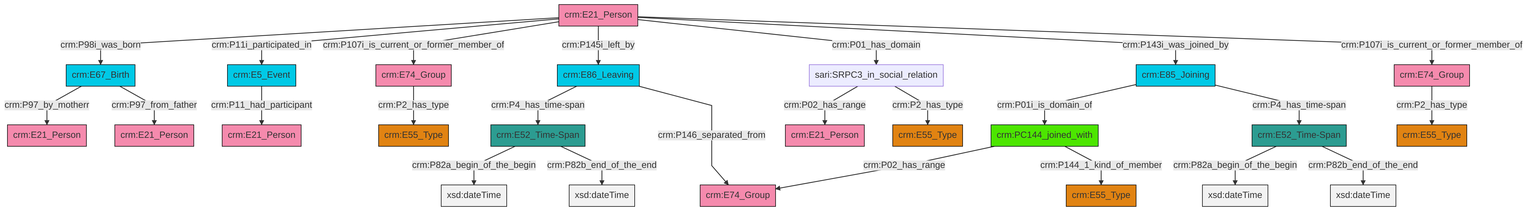
Before: et/personCSV/ttl/mmd/png/Person_Actor_Relations.png, a diagram exported from Mermaid (swiss-art-research-net/reference-data-models). Its source is kept beside it as et/personCSV/ttl/mmd/Person_Actor_Relations.ttl.mmd.
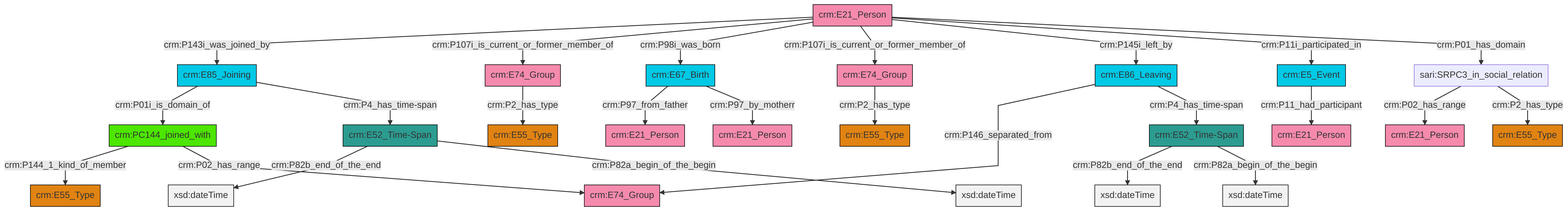
After the commit.

Change to the diagram source:
```diff
@@ -13,27 +13,27 @@
 classDef PC_Classes fill:#4ce600, stroke:#000000;
 classDef Multi fill:#cccccc,stroke:#000000;
 
-0["crm:E67_Birth"]:::Temporal_Entity -->|crm:P97_by_motherr| 1["crm:E21_Person"]:::Actor
-4["crm:E21_Person"]:::Actor -->|crm:P98i_was_born| 0["crm:E67_Birth"]:::Temporal_Entity
-4["crm:E21_Person"]:::Actor -->|crm:P11i_participated_in| 5["crm:E5_Event"]:::Temporal_Entity
-6["crm:E52_Time-Span"]:::Time-Span -->|crm:P82a_begin_of_the_begin| 7[xsd:dateTime]:::Literal
-12["crm:E85_Joining"]:::Temporal_Entity -->|crm:P01i_is_domain_of| 13["crm:PC144_joined_with"]:::PC_Classes
-17["crm:E86_Leaving"]:::Temporal_Entity -->|crm:P4_has_time-span| 15["crm:E52_Time-Span"]:::Time-Span
-15["crm:E52_Time-Span"]:::Time-Span -->|crm:P82a_begin_of_the_begin| 18[xsd:dateTime]:::Literal
-4["crm:E21_Person"]:::Actor -->|crm:P107i_is_current_or_former_member_of| 19["crm:E74_Group"]:::Actor
-15["crm:E52_Time-Span"]:::Time-Span -->|crm:P82b_end_of_the_end| 21[xsd:dateTime]:::Literal
-6["crm:E52_Time-Span"]:::Time-Span -->|crm:P82b_end_of_the_end| 22[xsd:dateTime]:::Literal
-4["crm:E21_Person"]:::Actor -->|crm:P145i_left_by| 17["crm:E86_Leaving"]:::Temporal_Entity
-17["crm:E86_Leaving"]:::Temporal_Entity -->|crm:P146_separated_from| 26["crm:E74_Group"]:::Actor
-4["crm:E21_Person"]:::Actor -->|crm:P01_has_domain| 2["sari:SRPC3_in_social_relation"]:::Default
-19["crm:E74_Group"]:::Actor -->|crm:P2_has_type| 28["crm:E55_Type"]:::Type
-13["crm:PC144_joined_with"]:::PC_Classes -->|crm:P02_has_range| 26["crm:E74_Group"]:::Actor
-2["sari:SRPC3_in_social_relation"]:::Default -->|crm:P02_has_range| 29["crm:E21_Person"]:::Actor
-5["crm:E5_Event"]:::Temporal_Entity -->|crm:P11_had_participant| 24["crm:E21_Person"]:::Actor
-2["sari:SRPC3_in_social_relation"]:::Default -->|crm:P2_has_type| 31["crm:E55_Type"]:::Type
-0["crm:E67_Birth"]:::Temporal_Entity -->|crm:P97_from_father| 10["crm:E21_Person"]:::Actor
-40["crm:E74_Group"]:::Actor -->|crm:P2_has_type| 33["crm:E55_Type"]:::Type
-4["crm:E21_Person"]:::Actor -->|crm:P143i_was_joined_by| 12["crm:E85_Joining"]:::Temporal_Entity
-12["crm:E85_Joining"]:::Temporal_Entity -->|crm:P4_has_time-span| 6["crm:E52_Time-Span"]:::Time-Span
-13["crm:PC144_joined_with"]:::PC_Classes -->|crm:P144_1_kind_of_member| 8["crm:E55_Type"]:::Type
-4["crm:E21_Person"]:::Actor -->|crm:P107i_is_current_or_former_member_of| 40["crm:E74_Group"]:::Actor
+0["crm:E74_Group"]:::Actor -->|crm:P2_has_type| 1["crm:E55_Type"]:::Type
+2["crm:E74_Group"]:::Actor -->|crm:P2_has_type| 3["crm:E55_Type"]:::Type
+5["crm:E67_Birth"]:::Temporal_Entity -->|crm:P97_from_father| 6["crm:E21_Person"]:::Actor
+7["crm:E52_Time-Span"]:::Time-Span -->|crm:P82b_end_of_the_end| 8[xsd:dateTime]:::Literal
+13["crm:E21_Person"]:::Actor -->|crm:P143i_was_joined_by| 14["crm:E85_Joining"]:::Temporal_Entity
+13["crm:E21_Person"]:::Actor -->|crm:P107i_is_current_or_former_member_of| 0["crm:E74_Group"]:::Actor
+14["crm:E85_Joining"]:::Temporal_Entity -->|crm:P01i_is_domain_of| 18["crm:PC144_joined_with"]:::PC_Classes
+15["sari:SRPC3_in_social_relation"]:::Default -->|crm:P02_has_range| 19["crm:E21_Person"]:::Actor
+14["crm:E85_Joining"]:::Temporal_Entity -->|crm:P4_has_time-span| 25["crm:E52_Time-Span"]:::Time-Span
+13["crm:E21_Person"]:::Actor -->|crm:P98i_was_born| 5["crm:E67_Birth"]:::Temporal_Entity
+18["crm:PC144_joined_with"]:::PC_Classes -->|crm:P144_1_kind_of_member| 20["crm:E55_Type"]:::Type
+13["crm:E21_Person"]:::Actor -->|crm:P107i_is_current_or_former_member_of| 2["crm:E74_Group"]:::Actor
+26["crm:E86_Leaving"]:::Temporal_Entity -->|crm:P146_separated_from| 9["crm:E74_Group"]:::Actor
+26["crm:E86_Leaving"]:::Temporal_Entity -->|crm:P4_has_time-span| 7["crm:E52_Time-Span"]:::Time-Span
+30["crm:E5_Event"]:::Temporal_Entity -->|crm:P11_had_participant| 11["crm:E21_Person"]:::Actor
+13["crm:E21_Person"]:::Actor -->|crm:P145i_left_by| 26["crm:E86_Leaving"]:::Temporal_Entity
+13["crm:E21_Person"]:::Actor -->|crm:P11i_participated_in| 30["crm:E5_Event"]:::Temporal_Entity
+13["crm:E21_Person"]:::Actor -->|crm:P01_has_domain| 15["sari:SRPC3_in_social_relation"]:::Default
+25["crm:E52_Time-Span"]:::Time-Span -->|crm:P82b_end_of_the_end| 34[xsd:dateTime]:::Literal
+15["sari:SRPC3_in_social_relation"]:::Default -->|crm:P2_has_type| 22["crm:E55_Type"]:::Type
+25["crm:E52_Time-Span"]:::Time-Span -->|crm:P82a_begin_of_the_begin| 35[xsd:dateTime]:::Literal
+7["crm:E52_Time-Span"]:::Time-Span -->|crm:P82a_begin_of_the_begin| 36[xsd:dateTime]:::Literal
+5["crm:E67_Birth"]:::Temporal_Entity -->|crm:P97_by_motherr| 41["crm:E21_Person"]:::Actor
+18["crm:PC144_joined_with"]:::PC_Classes -->|crm:P02_has_range| 9["crm:E74_Group"]:::Actor
```
